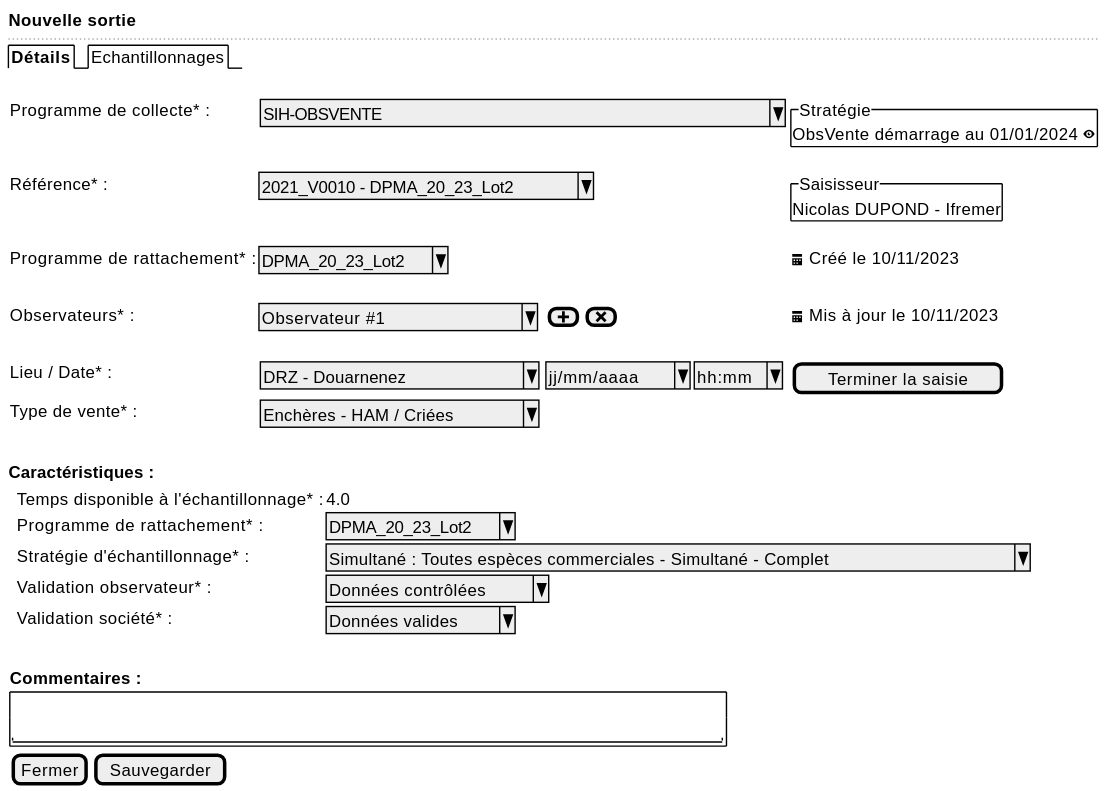
Above: projects/obsvente/spe/images/observed-location-new.svg in sumaris-net/sumaris-doc (PlantUML), before the change. Its source is kept beside it as projects/obsvente/spe/images/observed-location-new.puml.
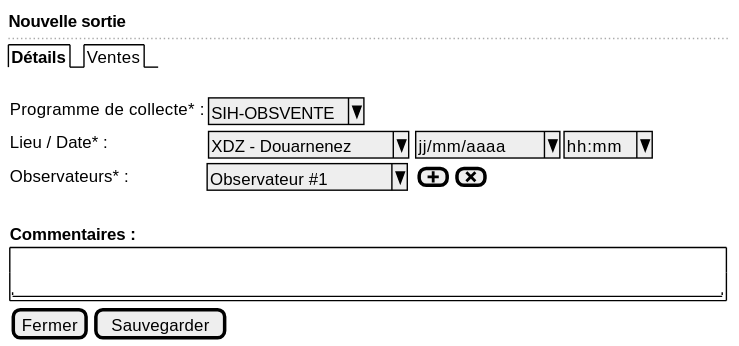
The same diagram one commit later.

What changed in the source:
```diff
@@ -2,34 +2,14 @@
 {
   <b>Nouvelle sortie
   ..
-  {/ <b>Détails | Echantillonnages }
+  {/ <b>Détails | Ventes }
   .
   {
 
-      Programme de collecte* :    | { ^SIH-OBSVENTE                                 ^ } | * | {^"Stratégie"
-                                                                                              ObsVente démarrage au 01/01/2024 <&eye> }
-
-      Référence* : | ^2021_V0010 - DPMA_20_23_Lot2^ | * | {^"Saisisseur"
-                                                          Nicolas DUPOND - Ifremer  }
-
-      Programme de rattachement* : | ^DPMA_20_23_Lot2^ | * | <&calendar> Créé le 10/11/2023
+      Programme de collecte* :    | { ^SIH-OBSVENTE^ }
+      Lieu / Date* :     | { ^XDZ - Douarnenez^ } | { ^ jj/mm/aaaa^  |  ^ hh:mm^ }
+      Observateurs* :            | ^ Observateur #1 ^ | { [<&plus>] | [<&x>] }
       .
-      Observateurs* :            | ^ Observateur #1        ^ | { [<&plus>] | [<&x>] } | <&calendar> Mis à jour le 10/11/2023
-      .
-      Lieu / Date* :     | { ^DRZ - Douarnenez       ^ } | { ^ jj/mm/aaaa^  |  ^ hh:mm^ } | [Terminer la saisie]
-      Type de vente* :   | { ^Enchères - HAM / Criées^}
-      .
-  }
-
-  <b>Caractéristiques :
-
-  {
-      . | Temps disponible à l'échantillonnage* :| 4.0
-      . | Programme de rattachement* :   | ^DPMA_20_23_Lot2^
-      . | Stratégie d'échantillonnage* : | ^Simultané : Toutes espèces commerciales - Simultané - Complet^
-      . | Validation observateur* : | ^Données contrôlées^
-      . | Validation société* : | ^Données valides^
-      . | .
   }
 
   {
```
